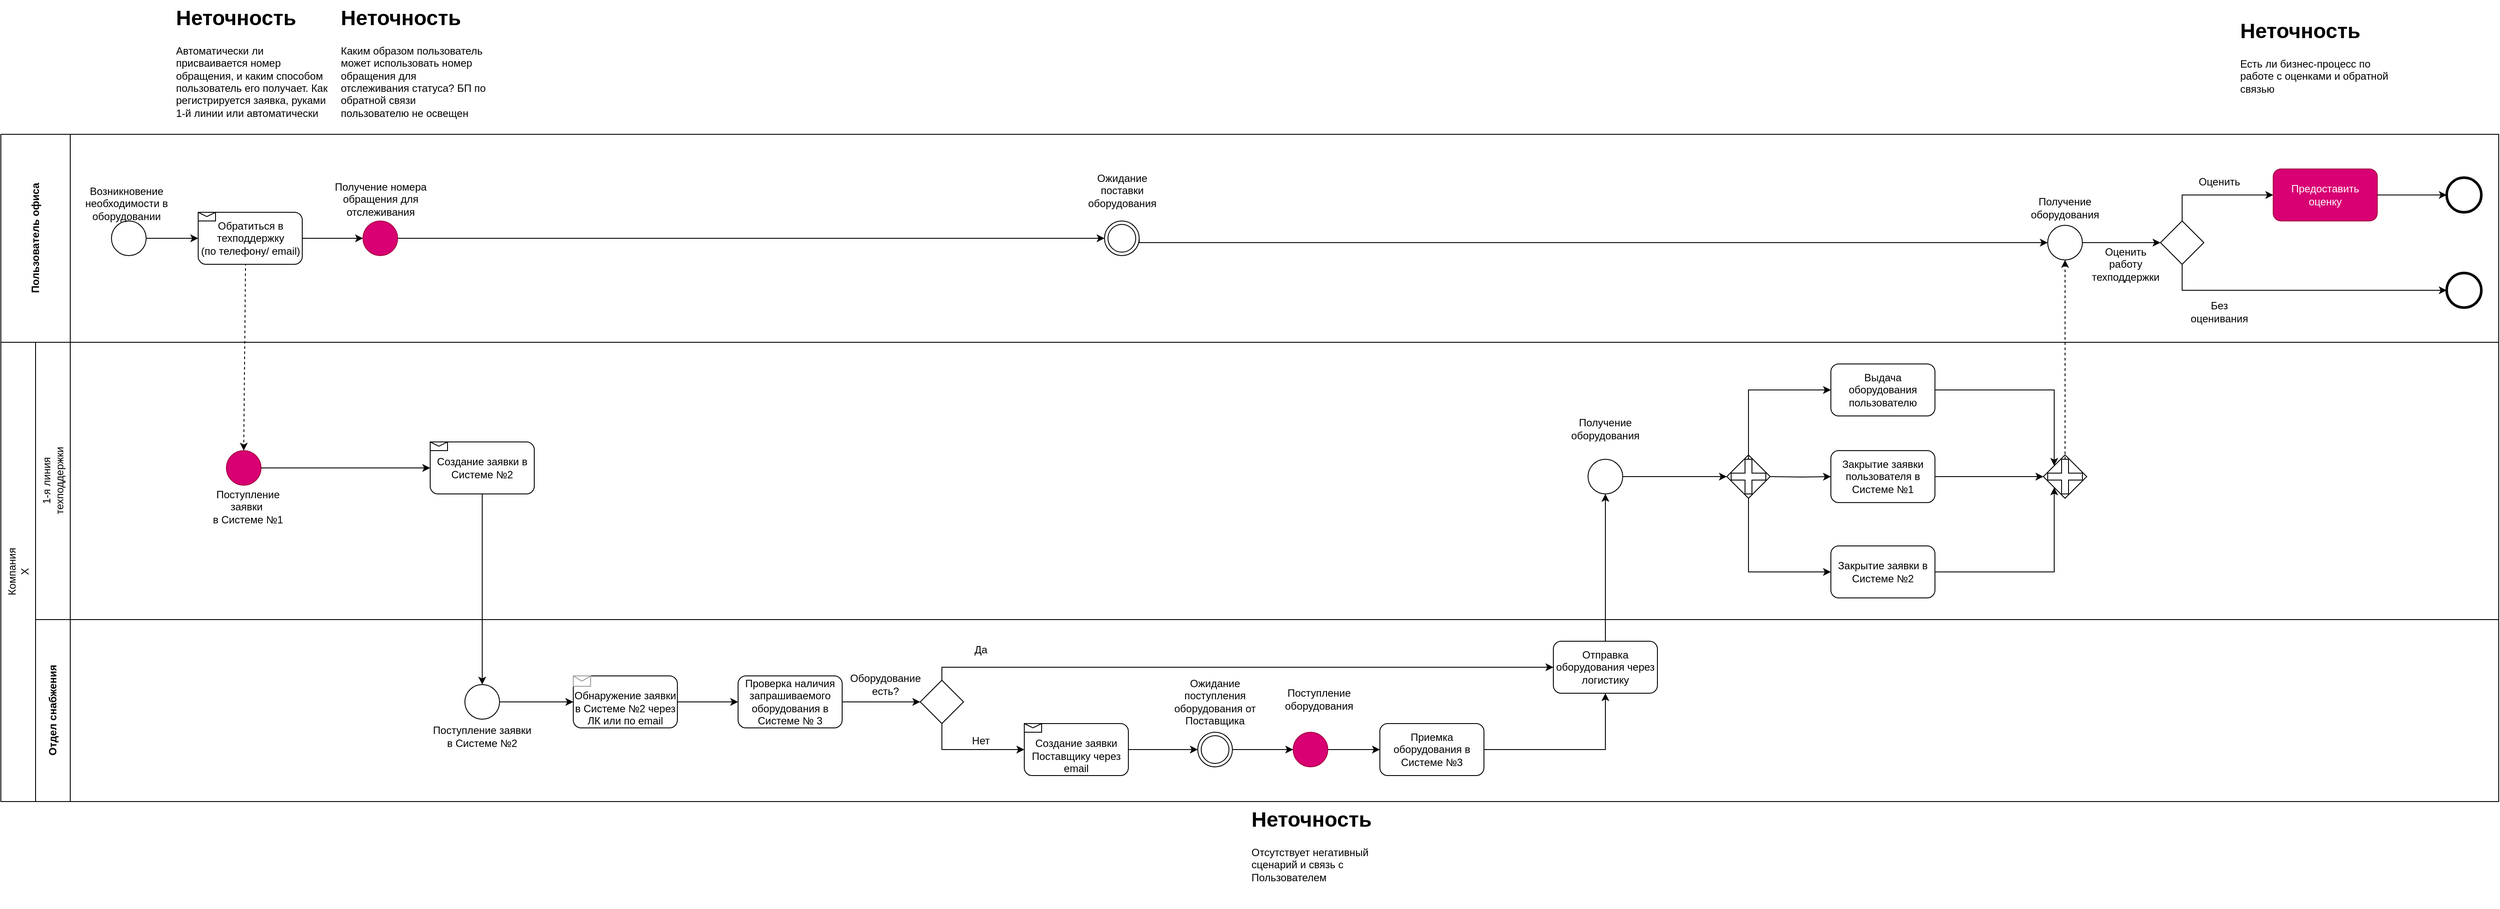
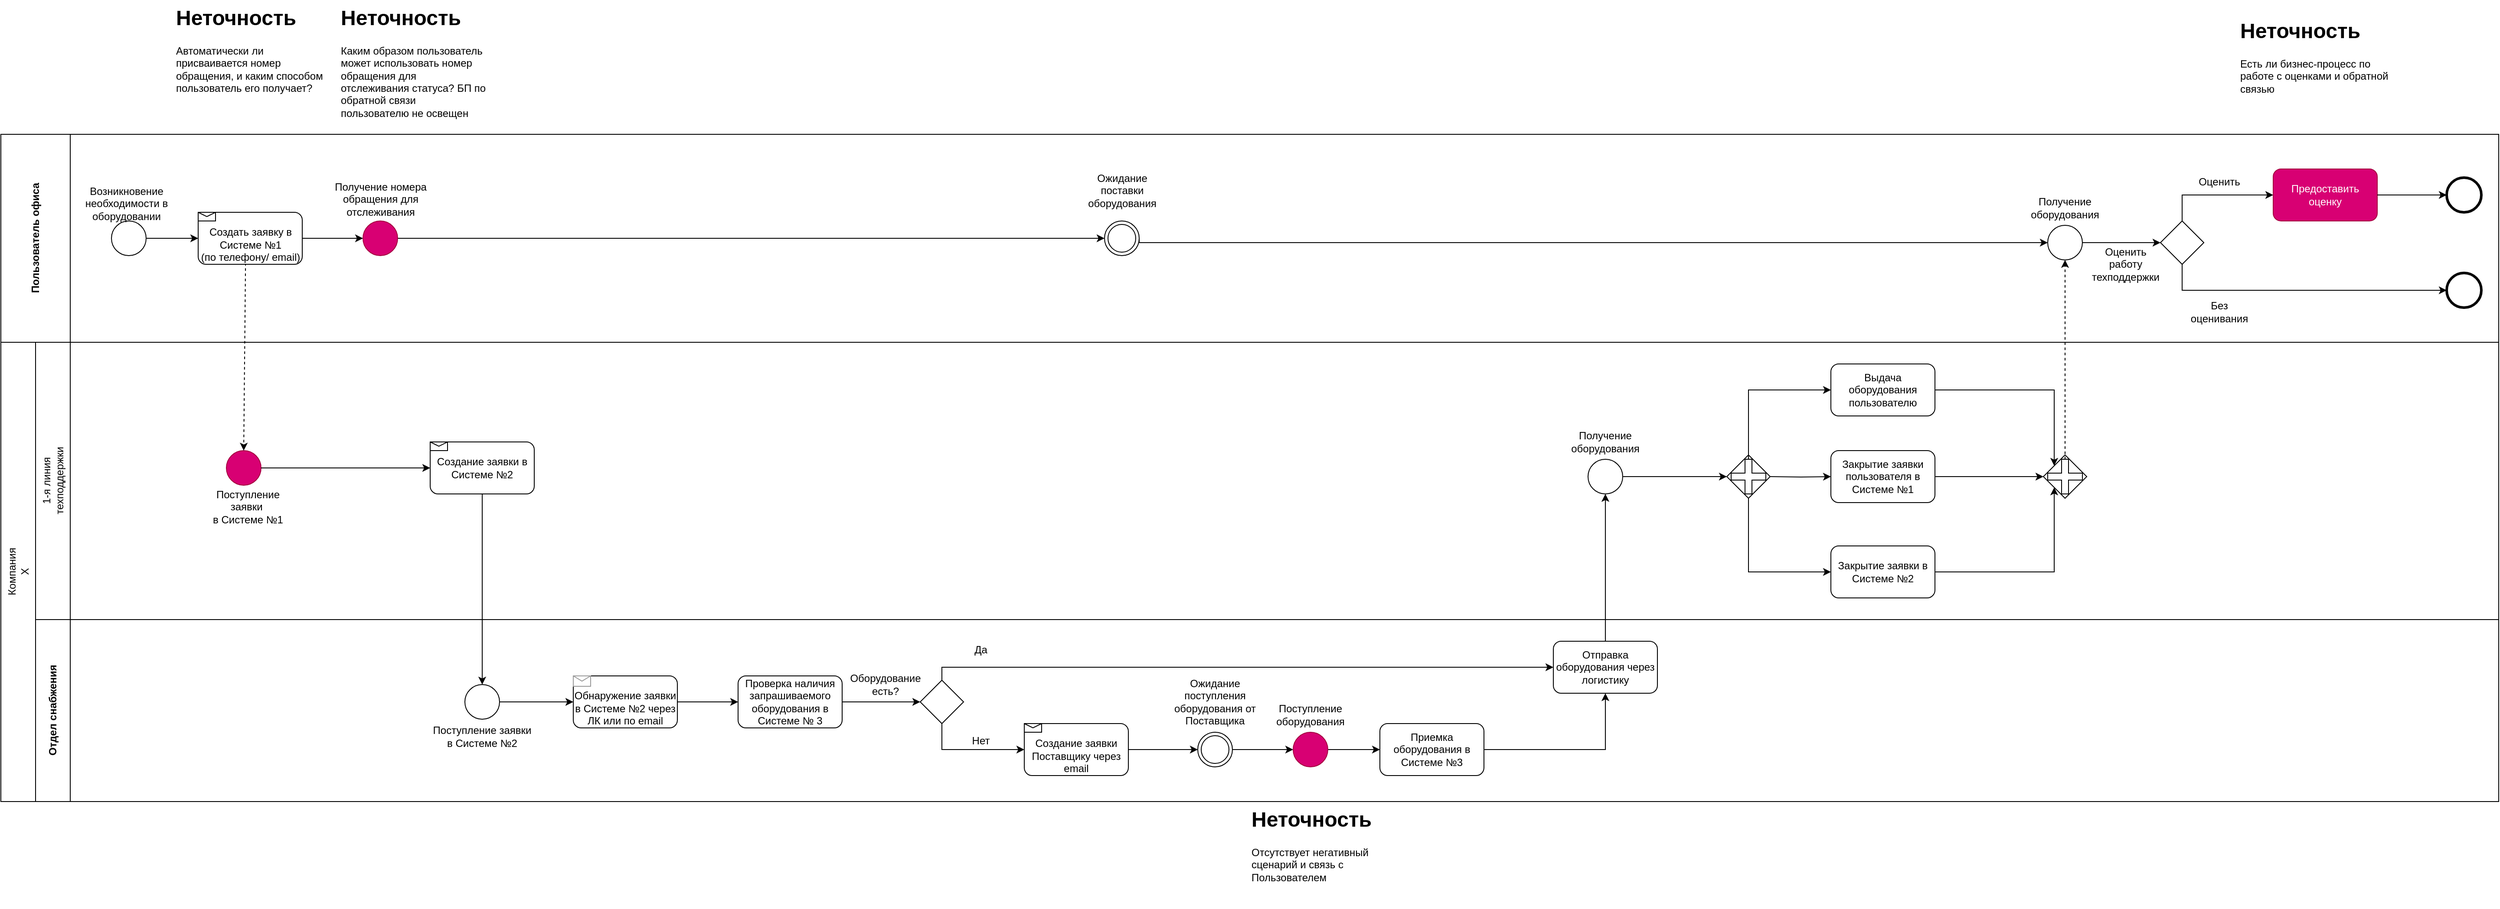
<mxfile host="app.diagrams.net">
  <diagram name="Страница-1" id="6SsGZVheudZXkR8IryFw">
-     <mxGraphModel dx="2362" dy="2038" grid="1" gridSize="10" guides="1" tooltips="1" connect="1" arrows="1" fold="1" page="0" pageScale="1" pageWidth="827" pageHeight="1169" background="none" math="0" shadow="0">
+     <mxGraphModel dx="1050" dy="1350" grid="1" gridSize="10" guides="1" tooltips="1" connect="1" arrows="1" fold="1" page="0" pageScale="1" pageWidth="827" pageHeight="1169" background="none" math="0" shadow="0">
      <root>
        <mxCell id="0" />
        <mxCell id="1" parent="0" />
        <mxCell id="VbR1kJbd4s5ipAbFhgMN-11" parent="1" style="ellipse;whiteSpace=wrap;html=1;aspect=fixed;fillColor=none;" value="" vertex="1">
          <mxGeometry height="40" width="40" x="127.5" y="-220" as="geometry" />
        </mxCell>
        <mxCell id="VbR1kJbd4s5ipAbFhgMN-12" parent="1" style="text;html=1;whiteSpace=wrap;strokeColor=none;fillColor=none;align=center;verticalAlign=middle;rounded=0;" value="&lt;font&gt;Возникновение необходимости в оборудовании&lt;/font&gt;" vertex="1">
          <mxGeometry height="50" width="110" x="90" y="-265" as="geometry" />
        </mxCell>
        <mxCell id="VbR1kJbd4s5ipAbFhgMN-16" parent="1" style="ellipse;whiteSpace=wrap;html=1;aspect=fixed;fillColor=#d80073;fontColor=#ffffff;strokeColor=#A50040;" value="" vertex="1">
          <mxGeometry height="40" width="40" x="260" y="45.000000000000114" as="geometry" />
        </mxCell>
        <mxCell id="VbR1kJbd4s5ipAbFhgMN-17" parent="1" style="text;html=1;whiteSpace=wrap;strokeColor=none;fillColor=none;align=center;verticalAlign=middle;rounded=0;" value="Поступление заявки&amp;nbsp;&lt;div&gt;в Системе №1&lt;/div&gt;" vertex="1">
          <mxGeometry height="30" width="110" x="230" y="95" as="geometry" />
        </mxCell>
-         <mxCell id="VbR1kJbd4s5ipAbFhgMN-21" parent="1" style="text;html=1;whiteSpace=wrap;overflow=hidden;rounded=0;" value="&lt;h1 style=&quot;margin-top: 0px;&quot;&gt;&lt;font style=&quot;color: light-dark(rgb(0, 0, 0), rgb(241, 156, 153));&quot;&gt;Неточность&lt;/font&gt;&lt;/h1&gt;&lt;p&gt;Автоматически ли присваивается номер обращения, и каким способом пользователь его получает. Как регистрируется заявка, руками 1-й линии или автоматически&lt;/p&gt;" vertex="1">
+         <mxCell id="VbR1kJbd4s5ipAbFhgMN-21" parent="1" style="text;html=1;whiteSpace=wrap;overflow=hidden;rounded=0;" value="&lt;h1 style=&quot;margin-top: 0px;&quot;&gt;&lt;font style=&quot;color: light-dark(rgb(0, 0, 0), rgb(241, 156, 153));&quot;&gt;Неточность&lt;/font&gt;&lt;/h1&gt;&lt;p&gt;Автоматически ли присваивается номер обращения, и каким способом пользователь его получает?&lt;/p&gt;" vertex="1">
          <mxGeometry height="150" width="180" x="200" y="-475" as="geometry" />
        </mxCell>
        <mxCell id="VbR1kJbd4s5ipAbFhgMN-117" edge="1" parent="1" source="VbR1kJbd4s5ipAbFhgMN-23" style="edgeStyle=orthogonalEdgeStyle;rounded=0;orthogonalLoop=1;jettySize=auto;html=1;exitX=1;exitY=0.5;exitDx=0;exitDy=0;entryX=0;entryY=0.5;entryDx=0;entryDy=0;" target="VbR1kJbd4s5ipAbFhgMN-116">
          <mxGeometry relative="1" as="geometry" />
        </mxCell>
        <mxCell id="VbR1kJbd4s5ipAbFhgMN-23" parent="1" style="ellipse;whiteSpace=wrap;html=1;aspect=fixed;fillColor=#d80073;fontColor=#ffffff;strokeColor=#A50040;" value="" vertex="1">
          <mxGeometry height="40" width="40" x="417.5" y="-219.9999999999999" as="geometry" />
        </mxCell>
        <mxCell id="VbR1kJbd4s5ipAbFhgMN-24" parent="1" style="text;html=1;whiteSpace=wrap;strokeColor=none;fillColor=none;align=center;verticalAlign=middle;rounded=0;" value="Получение номера обращения для отслеживания" vertex="1">
          <mxGeometry height="30" width="130" x="372.5" y="-260" as="geometry" />
        </mxCell>
        <mxCell id="VbR1kJbd4s5ipAbFhgMN-25" parent="1" style="text;html=1;whiteSpace=wrap;overflow=hidden;rounded=0;" value="&lt;h1 style=&quot;margin-top: 0px;&quot;&gt;&lt;font style=&quot;color: light-dark(rgb(0, 0, 0), rgb(241, 156, 153));&quot;&gt;Неточность&lt;/font&gt;&lt;/h1&gt;&lt;p&gt;Каким образом пользователь может использовать номер обращения для отслеживания статуса? БП по обратной связи пользователю не освещен&lt;/p&gt;" vertex="1">
          <mxGeometry height="145" width="170" x="390" y="-475" as="geometry" />
        </mxCell>
        <mxCell id="VbR1kJbd4s5ipAbFhgMN-26" edge="1" parent="1" source="VbR1kJbd4s5ipAbFhgMN-11" style="endArrow=classic;html=1;rounded=0;exitX=1;exitY=0.5;exitDx=0;exitDy=0;entryX=0;entryY=0.5;entryDx=0;entryDy=0;" target="VbR1kJbd4s5ipAbFhgMN-37" value="">
          <mxGeometry height="50" relative="1" width="50" as="geometry">
            <mxPoint x="162.50000000000352" y="0.5" as="sourcePoint" />
            <mxPoint x="222.5" as="targetPoint" />
          </mxGeometry>
        </mxCell>
        <mxCell id="VbR1kJbd4s5ipAbFhgMN-27" edge="1" parent="1" source="VbR1kJbd4s5ipAbFhgMN-37" style="endArrow=classic;html=1;rounded=0;exitX=1;exitY=0.5;exitDx=0;exitDy=0;entryX=0;entryY=0.5;entryDx=0;entryDy=0;" target="VbR1kJbd4s5ipAbFhgMN-23" value="">
          <mxGeometry height="50" relative="1" width="50" as="geometry">
            <mxPoint x="342.5" as="sourcePoint" />
            <mxPoint x="452.5" y="25" as="targetPoint" />
          </mxGeometry>
        </mxCell>
        <mxCell id="VbR1kJbd4s5ipAbFhgMN-28" edge="1" parent="1" source="VbR1kJbd4s5ipAbFhgMN-37" style="endArrow=classic;html=1;rounded=0;exitX=0.455;exitY=0.976;exitDx=0;exitDy=0;entryX=0.5;entryY=0;entryDx=0;entryDy=0;exitPerimeter=0;dashed=1;" target="VbR1kJbd4s5ipAbFhgMN-16" value="">
          <mxGeometry height="50" relative="1" width="50" as="geometry">
            <mxPoint x="280" y="-20" as="sourcePoint" />
            <mxPoint x="380" y="-5" as="targetPoint" />
          </mxGeometry>
        </mxCell>
        <mxCell id="VbR1kJbd4s5ipAbFhgMN-30" edge="1" parent="1" source="VbR1kJbd4s5ipAbFhgMN-16" style="endArrow=classic;html=1;rounded=0;exitX=1;exitY=0.5;exitDx=0;exitDy=0;entryX=0;entryY=0.5;entryDx=0;entryDy=0;" value="">
          <mxGeometry height="50" relative="1" width="50" as="geometry">
            <mxPoint x="660" y="125" as="sourcePoint" />
            <mxPoint x="495" y="65" as="targetPoint" />
          </mxGeometry>
        </mxCell>
        <mxCell id="VbR1kJbd4s5ipAbFhgMN-31" parent="1" style="ellipse;whiteSpace=wrap;html=1;aspect=fixed;fillColor=none;" value="" vertex="1">
          <mxGeometry height="40" width="40" x="535" y="315.0000000000001" as="geometry" />
        </mxCell>
        <mxCell id="VbR1kJbd4s5ipAbFhgMN-33" parent="1" style="text;html=1;whiteSpace=wrap;strokeColor=none;fillColor=none;align=center;verticalAlign=middle;rounded=0;" value="Поступление заявки в Системе №2" vertex="1">
          <mxGeometry height="30" width="120" x="495" y="360" as="geometry" />
        </mxCell>
        <mxCell id="VbR1kJbd4s5ipAbFhgMN-35" edge="1" parent="1" source="VbR1kJbd4s5ipAbFhgMN-36" style="endArrow=classic;html=1;rounded=0;exitX=0.5;exitY=1;exitDx=0;exitDy=0;entryX=0.5;entryY=0;entryDx=0;entryDy=0;" target="VbR1kJbd4s5ipAbFhgMN-31" value="">
          <mxGeometry height="50" relative="1" width="50" as="geometry">
            <mxPoint x="555" y="200" as="sourcePoint" />
            <mxPoint x="780" y="250" as="targetPoint" />
          </mxGeometry>
        </mxCell>
        <mxCell id="VbR1kJbd4s5ipAbFhgMN-36" parent="1" style="rounded=1;whiteSpace=wrap;html=1;" value="Создание заявки в Системе №2" vertex="1">
          <mxGeometry height="60" width="120" x="495" y="35" as="geometry" />
        </mxCell>
-         <mxCell id="VbR1kJbd4s5ipAbFhgMN-37" parent="1" style="rounded=1;whiteSpace=wrap;html=1;" value="Обратиться в техподдержку&lt;div&gt;(по телефону/ email)&lt;/div&gt;" vertex="1">
+         <mxCell id="VbR1kJbd4s5ipAbFhgMN-37" parent="1" style="rounded=1;whiteSpace=wrap;html=1;" value="&lt;div&gt;&lt;br&gt;&lt;/div&gt;Создать заявку в Системе №1&lt;div&gt;(по телефону/ email)&lt;/div&gt;" vertex="1">
          <mxGeometry height="60" width="120" x="227.5" y="-230" as="geometry" />
        </mxCell>
        <mxCell id="VbR1kJbd4s5ipAbFhgMN-38" parent="1" style="shape=message;html=1;html=1;outlineConnect=0;labelPosition=center;verticalLabelPosition=bottom;align=center;verticalAlign=top;" value="" vertex="1">
          <mxGeometry height="10" width="20" x="227.5" y="-230" as="geometry" />
        </mxCell>
        <mxCell id="VbR1kJbd4s5ipAbFhgMN-41" parent="1" style="shape=message;html=1;html=1;outlineConnect=0;labelPosition=center;verticalLabelPosition=bottom;align=center;verticalAlign=top;" value="" vertex="1">
          <mxGeometry height="10" width="20" x="495" y="35" as="geometry" />
        </mxCell>
        <mxCell id="VbR1kJbd4s5ipAbFhgMN-46" edge="1" parent="1" source="VbR1kJbd4s5ipAbFhgMN-42" style="edgeStyle=orthogonalEdgeStyle;rounded=0;orthogonalLoop=1;jettySize=auto;html=1;exitX=1;exitY=0.5;exitDx=0;exitDy=0;entryX=0;entryY=0.5;entryDx=0;entryDy=0;" target="VbR1kJbd4s5ipAbFhgMN-45">
          <mxGeometry relative="1" as="geometry" />
        </mxCell>
        <mxCell id="VbR1kJbd4s5ipAbFhgMN-42" parent="1" style="rounded=1;whiteSpace=wrap;html=1;" value="&lt;div&gt;&lt;br&gt;&lt;/div&gt;&lt;div&gt;Обнаружение заявки в Системе №2 через ЛК или по email&lt;/div&gt;" vertex="1">
          <mxGeometry height="60" width="120" x="660" y="305" as="geometry" />
        </mxCell>
        <mxCell id="VbR1kJbd4s5ipAbFhgMN-43" parent="1" style="verticalLabelPosition=bottom;shadow=0;dashed=0;align=center;html=1;verticalAlign=top;strokeWidth=1;shape=mxgraph.mockup.misc.mail2;strokeColor=#999999;" value="" vertex="1">
          <mxGeometry height="12" width="20" x="660" y="305" as="geometry" />
        </mxCell>
        <mxCell id="VbR1kJbd4s5ipAbFhgMN-44" edge="1" parent="1" source="VbR1kJbd4s5ipAbFhgMN-31" style="endArrow=classic;html=1;rounded=0;exitX=1;exitY=0.5;exitDx=0;exitDy=0;entryX=0;entryY=0.5;entryDx=0;entryDy=0;" target="VbR1kJbd4s5ipAbFhgMN-42" value="">
          <mxGeometry height="50" relative="1" width="50" as="geometry">
            <mxPoint x="760" y="315" as="sourcePoint" />
            <mxPoint x="810" y="265" as="targetPoint" />
          </mxGeometry>
        </mxCell>
        <mxCell id="VbR1kJbd4s5ipAbFhgMN-49" edge="1" parent="1" source="VbR1kJbd4s5ipAbFhgMN-45" style="edgeStyle=orthogonalEdgeStyle;rounded=0;orthogonalLoop=1;jettySize=auto;html=1;exitX=1;exitY=0.5;exitDx=0;exitDy=0;entryX=0;entryY=0.5;entryDx=0;entryDy=0;" target="VbR1kJbd4s5ipAbFhgMN-47">
          <mxGeometry relative="1" as="geometry" />
        </mxCell>
        <mxCell id="VbR1kJbd4s5ipAbFhgMN-45" parent="1" style="rounded=1;whiteSpace=wrap;html=1;" value="Проверка наличия запрашиваемого оборудования в Системе № 3" vertex="1">
          <mxGeometry height="60" width="120" x="850" y="305" as="geometry" />
        </mxCell>
        <mxCell id="VbR1kJbd4s5ipAbFhgMN-58" edge="1" parent="1" source="VbR1kJbd4s5ipAbFhgMN-47" style="edgeStyle=orthogonalEdgeStyle;rounded=0;orthogonalLoop=1;jettySize=auto;html=1;exitX=0.5;exitY=0;exitDx=0;exitDy=0;entryX=0;entryY=0.5;entryDx=0;entryDy=0;" target="VbR1kJbd4s5ipAbFhgMN-52">
          <mxGeometry relative="1" as="geometry">
            <Array as="points">
              <mxPoint x="1085" y="295" />
            </Array>
            <mxPoint x="1150" y="320" as="targetPoint" />
          </mxGeometry>
        </mxCell>
        <mxCell id="VbR1kJbd4s5ipAbFhgMN-60" edge="1" parent="1" source="VbR1kJbd4s5ipAbFhgMN-47" style="edgeStyle=orthogonalEdgeStyle;rounded=0;orthogonalLoop=1;jettySize=auto;html=1;entryX=0;entryY=0.5;entryDx=0;entryDy=0;exitX=0.5;exitY=1;exitDx=0;exitDy=0;" target="VbR1kJbd4s5ipAbFhgMN-59">
          <mxGeometry relative="1" as="geometry">
            <mxPoint x="1085" y="410" as="targetPoint" />
          </mxGeometry>
        </mxCell>
        <mxCell id="VbR1kJbd4s5ipAbFhgMN-47" parent="1" style="rhombus;whiteSpace=wrap;html=1;" value="" vertex="1">
          <mxGeometry height="50" width="50" x="1060" y="310" as="geometry" />
        </mxCell>
        <mxCell id="VbR1kJbd4s5ipAbFhgMN-48" parent="1" style="text;html=1;whiteSpace=wrap;strokeColor=none;fillColor=none;align=center;verticalAlign=middle;rounded=0;" value="Оборудование есть?" vertex="1">
          <mxGeometry height="30" width="60" x="990" y="300" as="geometry" />
        </mxCell>
        <mxCell id="VbR1kJbd4s5ipAbFhgMN-51" parent="1" style="text;html=1;whiteSpace=wrap;strokeColor=none;fillColor=none;align=center;verticalAlign=middle;rounded=0;" value="Да" vertex="1">
          <mxGeometry height="30" width="60" x="1100" y="260" as="geometry" />
        </mxCell>
        <mxCell id="VbR1kJbd4s5ipAbFhgMN-56" edge="1" parent="1" source="VbR1kJbd4s5ipAbFhgMN-52" style="edgeStyle=orthogonalEdgeStyle;rounded=0;orthogonalLoop=1;jettySize=auto;html=1;exitX=0.5;exitY=0;exitDx=0;exitDy=0;entryX=0.5;entryY=1;entryDx=0;entryDy=0;" target="VbR1kJbd4s5ipAbFhgMN-54">
          <mxGeometry relative="1" as="geometry" />
        </mxCell>
        <mxCell id="VbR1kJbd4s5ipAbFhgMN-52" parent="1" style="rounded=1;whiteSpace=wrap;html=1;" value="Отправка оборудования через логистику" vertex="1">
          <mxGeometry height="60" width="120" x="1790" y="265" as="geometry" />
        </mxCell>
        <mxCell id="VbR1kJbd4s5ipAbFhgMN-69" edge="1" parent="1" source="VbR1kJbd4s5ipAbFhgMN-54" style="edgeStyle=orthogonalEdgeStyle;rounded=0;orthogonalLoop=1;jettySize=auto;html=1;">
          <mxGeometry relative="1" as="geometry">
            <mxPoint x="1990" y="75" as="targetPoint" />
          </mxGeometry>
        </mxCell>
        <mxCell id="VbR1kJbd4s5ipAbFhgMN-54" parent="1" style="ellipse;whiteSpace=wrap;html=1;aspect=fixed;fillColor=none;" value="" vertex="1">
          <mxGeometry height="40" width="40" x="1830" y="55.000000000000114" as="geometry" />
        </mxCell>
-         <mxCell id="VbR1kJbd4s5ipAbFhgMN-55" parent="1" style="text;html=1;whiteSpace=wrap;strokeColor=none;fillColor=none;align=center;verticalAlign=middle;rounded=0;" value="Получение оборудования" vertex="1">
-           <mxGeometry height="30" width="60" x="1820" y="5" as="geometry" />
-         </mxCell>
        <mxCell id="VbR1kJbd4s5ipAbFhgMN-59" parent="1" style="rounded=1;whiteSpace=wrap;html=1;" value="&lt;div&gt;&lt;br&gt;&lt;/div&gt;&lt;div&gt;Создание заявки Поставщику через email&lt;/div&gt;" vertex="1">
          <mxGeometry height="60" width="120" x="1180" y="360" as="geometry" />
        </mxCell>
        <mxCell id="VbR1kJbd4s5ipAbFhgMN-61" parent="1" style="text;html=1;whiteSpace=wrap;strokeColor=none;fillColor=none;align=center;verticalAlign=middle;rounded=0;" value="Нет" vertex="1">
          <mxGeometry height="30" width="60" x="1100" y="365" as="geometry" />
        </mxCell>
        <mxCell id="Vj1GeYfgpqMA3AOdDaTq-10" edge="1" parent="1" source="VbR1kJbd4s5ipAbFhgMN-62" style="edgeStyle=orthogonalEdgeStyle;rounded=0;orthogonalLoop=1;jettySize=auto;html=1;entryX=0;entryY=0;entryDx=0;entryDy=0;" target="VbR1kJbd4s5ipAbFhgMN-110">
          <mxGeometry relative="1" as="geometry" />
        </mxCell>
        <mxCell id="VbR1kJbd4s5ipAbFhgMN-62" parent="1" style="rounded=1;whiteSpace=wrap;html=1;" value="Выдача оборудования пользователю" vertex="1">
          <mxGeometry height="60" width="120" x="2110" y="-55" as="geometry" />
        </mxCell>
        <mxCell id="VbR1kJbd4s5ipAbFhgMN-114" edge="1" parent="1" source="VbR1kJbd4s5ipAbFhgMN-65" style="edgeStyle=orthogonalEdgeStyle;rounded=0;orthogonalLoop=1;jettySize=auto;html=1;exitX=1;exitY=0.5;exitDx=0;exitDy=0;entryX=0;entryY=0.5;entryDx=0;entryDy=0;" target="VbR1kJbd4s5ipAbFhgMN-110">
          <mxGeometry relative="1" as="geometry" />
        </mxCell>
        <mxCell id="VbR1kJbd4s5ipAbFhgMN-65" parent="1" style="rounded=1;whiteSpace=wrap;html=1;" value="Закрытие заявки пользователя в Системе №1" vertex="1">
          <mxGeometry height="60" width="120" x="2110" y="45" as="geometry" />
        </mxCell>
        <mxCell id="Vj1GeYfgpqMA3AOdDaTq-9" edge="1" parent="1" source="VbR1kJbd4s5ipAbFhgMN-66" style="edgeStyle=orthogonalEdgeStyle;rounded=0;orthogonalLoop=1;jettySize=auto;html=1;entryX=0;entryY=1;entryDx=0;entryDy=0;" target="VbR1kJbd4s5ipAbFhgMN-110">
          <mxGeometry relative="1" as="geometry" />
        </mxCell>
        <mxCell id="VbR1kJbd4s5ipAbFhgMN-66" parent="1" style="rounded=1;whiteSpace=wrap;html=1;" value="Закрытие заявки в Системе №2" vertex="1">
          <mxGeometry height="60" width="120" x="2110" y="155" as="geometry" />
        </mxCell>
        <mxCell id="VbR1kJbd4s5ipAbFhgMN-77" edge="1" parent="1" source="VbR1kJbd4s5ipAbFhgMN-67" style="edgeStyle=orthogonalEdgeStyle;rounded=0;orthogonalLoop=1;jettySize=auto;html=1;entryX=0;entryY=0.5;entryDx=0;entryDy=0;" target="VbR1kJbd4s5ipAbFhgMN-66">
          <mxGeometry relative="1" as="geometry">
            <Array as="points">
              <mxPoint x="2015" y="185" />
            </Array>
          </mxGeometry>
        </mxCell>
        <mxCell id="VbR1kJbd4s5ipAbFhgMN-67" parent="1" style="rhombus;whiteSpace=wrap;html=1;" value="" vertex="1">
          <mxGeometry height="50" width="50" x="1990" y="50" as="geometry" />
        </mxCell>
        <mxCell id="VbR1kJbd4s5ipAbFhgMN-70" edge="1" parent="1" style="edgeStyle=orthogonalEdgeStyle;rounded=0;orthogonalLoop=1;jettySize=auto;html=1;entryX=0;entryY=0.5;entryDx=0;entryDy=0;" target="VbR1kJbd4s5ipAbFhgMN-65">
          <mxGeometry relative="1" as="geometry">
            <mxPoint x="2040" y="75" as="sourcePoint" />
          </mxGeometry>
        </mxCell>
        <mxCell id="VbR1kJbd4s5ipAbFhgMN-79" edge="1" parent="1" source="VbR1kJbd4s5ipAbFhgMN-71" style="edgeStyle=orthogonalEdgeStyle;rounded=0;orthogonalLoop=1;jettySize=auto;html=1;">
          <mxGeometry relative="1" as="geometry">
            <mxPoint x="2490" y="-195" as="targetPoint" />
          </mxGeometry>
        </mxCell>
        <mxCell id="VbR1kJbd4s5ipAbFhgMN-71" parent="1" style="ellipse;whiteSpace=wrap;html=1;aspect=fixed;fillColor=none;" value="" vertex="1">
          <mxGeometry height="40" width="40" x="2360" y="-215" as="geometry" />
        </mxCell>
        <mxCell id="VbR1kJbd4s5ipAbFhgMN-72" parent="1" style="text;html=1;whiteSpace=wrap;strokeColor=none;fillColor=none;align=center;verticalAlign=middle;rounded=0;" value="Получение оборудования" vertex="1">
          <mxGeometry height="30" width="60" x="2350" y="-250" as="geometry" />
        </mxCell>
        <mxCell id="VbR1kJbd4s5ipAbFhgMN-76" edge="1" parent="1" source="VbR1kJbd4s5ipAbFhgMN-73" style="edgeStyle=orthogonalEdgeStyle;rounded=0;orthogonalLoop=1;jettySize=auto;html=1;exitX=0.5;exitY=0;exitDx=0;exitDy=0;exitPerimeter=0;">
          <mxGeometry relative="1" as="geometry">
            <Array as="points">
              <mxPoint x="2015" y="-25" />
              <mxPoint x="2110" y="-25" />
            </Array>
            <mxPoint x="2015" y="45" as="sourcePoint" />
            <mxPoint x="2110" y="-25" as="targetPoint" />
          </mxGeometry>
        </mxCell>
        <mxCell id="VbR1kJbd4s5ipAbFhgMN-73" parent="1" style="shape=cross;whiteSpace=wrap;html=1;" value="" vertex="1">
          <mxGeometry height="40" width="40" x="1995" y="55" as="geometry" />
        </mxCell>
        <mxCell id="VbR1kJbd4s5ipAbFhgMN-87" edge="1" parent="1" source="VbR1kJbd4s5ipAbFhgMN-74" style="edgeStyle=orthogonalEdgeStyle;rounded=0;orthogonalLoop=1;jettySize=auto;html=1;entryX=0;entryY=0.5;entryDx=0;entryDy=0;" target="VbR1kJbd4s5ipAbFhgMN-85">
          <mxGeometry relative="1" as="geometry">
            <Array as="points">
              <mxPoint x="2515" y="-250" />
            </Array>
          </mxGeometry>
        </mxCell>
        <mxCell id="VbR1kJbd4s5ipAbFhgMN-74" parent="1" style="rhombus;whiteSpace=wrap;html=1;" value="" vertex="1">
          <mxGeometry height="50" width="50" x="2490" y="-220" as="geometry" />
        </mxCell>
        <mxCell id="VbR1kJbd4s5ipAbFhgMN-81" parent="1" style="points=[[0.145,0.145,0],[0.5,0,0],[0.855,0.145,0],[1,0.5,0],[0.855,0.855,0],[0.5,1,0],[0.145,0.855,0],[0,0.5,0]];shape=mxgraph.bpmn.event;html=1;verticalLabelPosition=bottom;labelBackgroundColor=#ffffff;verticalAlign=top;align=center;perimeter=ellipsePerimeter;outlineConnect=0;aspect=fixed;outline=end;symbol=terminate2;" value="" vertex="1">
          <mxGeometry height="40" width="40" x="2820" y="-160" as="geometry" />
        </mxCell>
        <mxCell id="VbR1kJbd4s5ipAbFhgMN-82" edge="1" parent="1" style="edgeStyle=orthogonalEdgeStyle;rounded=0;orthogonalLoop=1;jettySize=auto;html=1;entryX=0;entryY=0.5;entryDx=0;entryDy=0;entryPerimeter=0;" target="VbR1kJbd4s5ipAbFhgMN-81">
          <mxGeometry relative="1" as="geometry">
            <Array as="points">
              <mxPoint x="2515" y="-140" />
            </Array>
            <mxPoint x="2515" y="-170" as="sourcePoint" />
          </mxGeometry>
        </mxCell>
        <mxCell id="VbR1kJbd4s5ipAbFhgMN-83" parent="1" style="text;html=1;whiteSpace=wrap;strokeColor=none;fillColor=none;align=center;verticalAlign=middle;rounded=0;" value="Оценить работу техподдержки" vertex="1">
          <mxGeometry height="30" width="60" x="2420" y="-185" as="geometry" />
        </mxCell>
        <mxCell id="VbR1kJbd4s5ipAbFhgMN-84" parent="1" style="text;html=1;whiteSpace=wrap;strokeColor=none;fillColor=none;align=center;verticalAlign=middle;rounded=0;" value="Без оценивания" vertex="1">
          <mxGeometry height="30" width="60" x="2527.5" y="-130" as="geometry" />
        </mxCell>
        <mxCell id="VbR1kJbd4s5ipAbFhgMN-85" parent="1" style="rounded=1;whiteSpace=wrap;html=1;fillColor=#d80073;fontColor=#ffffff;strokeColor=#A50040;" value="Предоставить оценку" vertex="1">
          <mxGeometry height="60" width="120" x="2620" y="-280" as="geometry" />
        </mxCell>
        <mxCell id="VbR1kJbd4s5ipAbFhgMN-86" parent="1" style="points=[[0.145,0.145,0],[0.5,0,0],[0.855,0.145,0],[1,0.5,0],[0.855,0.855,0],[0.5,1,0],[0.145,0.855,0],[0,0.5,0]];shape=mxgraph.bpmn.event;html=1;verticalLabelPosition=bottom;labelBackgroundColor=#ffffff;verticalAlign=top;align=center;perimeter=ellipsePerimeter;outlineConnect=0;aspect=fixed;outline=end;symbol=terminate2;" value="" vertex="1">
          <mxGeometry height="40" width="40" x="2820" y="-270" as="geometry" />
        </mxCell>
        <mxCell id="VbR1kJbd4s5ipAbFhgMN-88" edge="1" parent="1" source="VbR1kJbd4s5ipAbFhgMN-85" style="edgeStyle=orthogonalEdgeStyle;rounded=0;orthogonalLoop=1;jettySize=auto;html=1;entryX=0;entryY=0.5;entryDx=0;entryDy=0;entryPerimeter=0;" target="VbR1kJbd4s5ipAbFhgMN-86">
          <mxGeometry relative="1" as="geometry" />
        </mxCell>
        <mxCell id="VbR1kJbd4s5ipAbFhgMN-89" parent="1" style="text;html=1;whiteSpace=wrap;strokeColor=none;fillColor=none;align=center;verticalAlign=middle;rounded=0;" value="Оценить" vertex="1">
          <mxGeometry height="30" width="60" x="2527.5" y="-280" as="geometry" />
        </mxCell>
        <mxCell id="VbR1kJbd4s5ipAbFhgMN-91" parent="1" style="shape=message;html=1;html=1;outlineConnect=0;labelPosition=center;verticalLabelPosition=bottom;align=center;verticalAlign=top;" value="" vertex="1">
          <mxGeometry height="10" width="20" x="1180" y="360" as="geometry" />
        </mxCell>
        <mxCell id="VbR1kJbd4s5ipAbFhgMN-104" edge="1" parent="1" source="VbR1kJbd4s5ipAbFhgMN-93" style="edgeStyle=orthogonalEdgeStyle;rounded=0;orthogonalLoop=1;jettySize=auto;html=1;exitX=1;exitY=0.5;exitDx=0;exitDy=0;entryX=0;entryY=0.5;entryDx=0;entryDy=0;" target="VbR1kJbd4s5ipAbFhgMN-101">
          <mxGeometry relative="1" as="geometry" />
        </mxCell>
        <mxCell id="VbR1kJbd4s5ipAbFhgMN-93" parent="1" style="ellipse;shape=doubleEllipse;whiteSpace=wrap;html=1;aspect=fixed;" value="" vertex="1">
          <mxGeometry height="40" width="40" x="1380" y="370" as="geometry" />
        </mxCell>
        <mxCell id="VbR1kJbd4s5ipAbFhgMN-94" edge="1" parent="1" source="VbR1kJbd4s5ipAbFhgMN-59" style="endArrow=classic;html=1;rounded=0;exitX=1;exitY=0.5;exitDx=0;exitDy=0;entryX=0;entryY=0.5;entryDx=0;entryDy=0;" target="VbR1kJbd4s5ipAbFhgMN-93" value="">
          <mxGeometry height="50" relative="1" width="50" as="geometry">
            <mxPoint x="1460" y="420" as="sourcePoint" />
            <mxPoint x="1510" y="370" as="targetPoint" />
          </mxGeometry>
        </mxCell>
        <mxCell id="VbR1kJbd4s5ipAbFhgMN-95" parent="1" style="text;html=1;whiteSpace=wrap;strokeColor=none;fillColor=none;align=center;verticalAlign=middle;rounded=0;" value="Ожидание поступления оборудования от Поставщика" vertex="1">
          <mxGeometry height="75" width="120" x="1340" y="297.5" as="geometry" />
        </mxCell>
        <mxCell id="VbR1kJbd4s5ipAbFhgMN-106" edge="1" parent="1" source="VbR1kJbd4s5ipAbFhgMN-100" style="edgeStyle=orthogonalEdgeStyle;rounded=0;orthogonalLoop=1;jettySize=auto;html=1;exitX=1;exitY=0.5;exitDx=0;exitDy=0;entryX=0.5;entryY=1;entryDx=0;entryDy=0;" target="VbR1kJbd4s5ipAbFhgMN-52">
          <mxGeometry relative="1" as="geometry" />
        </mxCell>
        <mxCell id="VbR1kJbd4s5ipAbFhgMN-100" parent="1" style="rounded=1;whiteSpace=wrap;html=1;" value="Приемка оборудования в Системе №3" vertex="1">
          <mxGeometry height="60" width="120" x="1590" y="360" as="geometry" />
        </mxCell>
        <mxCell id="VbR1kJbd4s5ipAbFhgMN-105" edge="1" parent="1" source="VbR1kJbd4s5ipAbFhgMN-101" style="edgeStyle=orthogonalEdgeStyle;rounded=0;orthogonalLoop=1;jettySize=auto;html=1;exitX=1;exitY=0.5;exitDx=0;exitDy=0;entryX=0;entryY=0.5;entryDx=0;entryDy=0;" target="VbR1kJbd4s5ipAbFhgMN-100">
          <mxGeometry relative="1" as="geometry" />
        </mxCell>
        <mxCell id="VbR1kJbd4s5ipAbFhgMN-101" parent="1" style="ellipse;whiteSpace=wrap;html=1;aspect=fixed;fillColor=#d80073;fontColor=#ffffff;strokeColor=#A50040;" value="" vertex="1">
          <mxGeometry height="40" width="40" x="1490" y="370.0000000000001" as="geometry" />
        </mxCell>
-         <mxCell id="VbR1kJbd4s5ipAbFhgMN-102" parent="1" style="text;html=1;whiteSpace=wrap;strokeColor=none;fillColor=none;align=center;verticalAlign=middle;rounded=0;" value="Поступление оборудования" vertex="1">
-           <mxGeometry height="30" width="60" x="1490" y="317" as="geometry" />
-         </mxCell>
        <mxCell id="VbR1kJbd4s5ipAbFhgMN-108" parent="1" style="text;html=1;whiteSpace=wrap;overflow=hidden;rounded=0;" value="&lt;h1 style=&quot;margin-top: 0px;&quot;&gt;&lt;font style=&quot;color: light-dark(rgb(0, 0, 0), rgb(241, 156, 153));&quot;&gt;Неточность&lt;/font&gt;&lt;/h1&gt;&lt;p&gt;Есть ли бизнес-процесс по работе с оценками и обратной связью&lt;/p&gt;" vertex="1">
          <mxGeometry height="120" width="180" x="2580" y="-460" as="geometry" />
        </mxCell>
        <mxCell id="VbR1kJbd4s5ipAbFhgMN-109" parent="1" style="text;html=1;whiteSpace=wrap;overflow=hidden;rounded=0;" value="&lt;h1 style=&quot;margin-top: 0px;&quot;&gt;&lt;font style=&quot;color: light-dark(rgb(0, 0, 0), rgb(241, 156, 153));&quot;&gt;Неточность&lt;/font&gt;&lt;/h1&gt;&lt;p&gt;Отсутствует негативный сценарий и связь с Пользователем&lt;/p&gt;" vertex="1">
          <mxGeometry height="120" width="180" x="1440" y="450" as="geometry" />
        </mxCell>
        <mxCell id="VbR1kJbd4s5ipAbFhgMN-110" parent="1" style="rhombus;whiteSpace=wrap;html=1;" value="" vertex="1">
          <mxGeometry height="50" width="50" x="2355" y="50" as="geometry" />
        </mxCell>
        <mxCell id="VbR1kJbd4s5ipAbFhgMN-115" edge="1" parent="1" source="VbR1kJbd4s5ipAbFhgMN-111" style="edgeStyle=orthogonalEdgeStyle;rounded=0;orthogonalLoop=1;jettySize=auto;html=1;entryX=0.5;entryY=1;entryDx=0;entryDy=0;dashed=1;" target="VbR1kJbd4s5ipAbFhgMN-71">
          <mxGeometry relative="1" as="geometry">
            <mxPoint x="2375" y="-170" as="targetPoint" />
          </mxGeometry>
        </mxCell>
        <mxCell id="VbR1kJbd4s5ipAbFhgMN-111" parent="1" style="shape=cross;whiteSpace=wrap;html=1;" value="" vertex="1">
          <mxGeometry height="40" width="40" x="2360" y="55" as="geometry" />
        </mxCell>
        <mxCell id="VbR1kJbd4s5ipAbFhgMN-118" edge="1" parent="1" source="VbR1kJbd4s5ipAbFhgMN-116" style="edgeStyle=orthogonalEdgeStyle;rounded=0;orthogonalLoop=1;jettySize=auto;html=1;exitX=1;exitY=0.5;exitDx=0;exitDy=0;entryX=0;entryY=0.5;entryDx=0;entryDy=0;" target="VbR1kJbd4s5ipAbFhgMN-71">
          <mxGeometry relative="1" as="geometry">
            <Array as="points">
              <mxPoint x="1313" y="-195" />
            </Array>
            <mxPoint x="2300" y="-219.9230769230769" as="targetPoint" />
          </mxGeometry>
        </mxCell>
        <mxCell id="VbR1kJbd4s5ipAbFhgMN-116" parent="1" style="ellipse;shape=doubleEllipse;whiteSpace=wrap;html=1;aspect=fixed;" value="" vertex="1">
          <mxGeometry height="40" width="40" x="1272.5" y="-220" as="geometry" />
        </mxCell>
        <mxCell id="VbR1kJbd4s5ipAbFhgMN-119" parent="1" style="text;html=1;whiteSpace=wrap;strokeColor=none;fillColor=none;align=center;verticalAlign=middle;rounded=0;" value="Ожидание поставки оборудования" vertex="1">
          <mxGeometry height="30" width="60" x="1262.5" y="-270" as="geometry" />
        </mxCell>
        <mxCell id="4kreXZ4vzFUcfaXKuc0n-2" parent="1" style="swimlane;childLayout=stackLayout;resizeParent=1;resizeParentMax=0;horizontal=0;startSize=40;horizontalStack=0;html=1;" value="&lt;span style=&quot;font-weight: 400; white-space: normal;&quot;&gt;Компания Х&lt;/span&gt;" vertex="1">
          <mxGeometry height="530" width="2880" y="-80" as="geometry" />
        </mxCell>
        <mxCell id="4kreXZ4vzFUcfaXKuc0n-3" parent="4kreXZ4vzFUcfaXKuc0n-2" style="swimlane;startSize=40;horizontal=0;html=1;" value="&lt;span style=&quot;font-weight: 400; white-space: normal;&quot;&gt;1-я линия техподдержки&lt;/span&gt;" vertex="1">
          <mxGeometry height="320" width="2840" x="40" as="geometry" />
        </mxCell>
+         <mxCell id="VbR1kJbd4s5ipAbFhgMN-55" parent="4kreXZ4vzFUcfaXKuc0n-3" style="text;html=1;whiteSpace=wrap;strokeColor=none;fillColor=none;align=center;verticalAlign=middle;rounded=0;" value="Получение оборудования" vertex="1">
+           <mxGeometry height="30" width="60" x="1780" y="100" as="geometry" />
+         </mxCell>
        <mxCell id="4kreXZ4vzFUcfaXKuc0n-4" parent="4kreXZ4vzFUcfaXKuc0n-2" style="swimlane;startSize=40;horizontal=0;html=1;fillColor=none;" value="Отдел снабжения" vertex="1">
          <mxGeometry height="210" width="2840" x="40" y="320" as="geometry" />
+         </mxCell>
+         <mxCell id="VbR1kJbd4s5ipAbFhgMN-102" parent="4kreXZ4vzFUcfaXKuc0n-4" style="text;html=1;whiteSpace=wrap;strokeColor=none;fillColor=none;align=center;verticalAlign=middle;rounded=0;" value="Поступление оборудования" vertex="1">
+           <mxGeometry height="30" width="60" x="1440" y="95" as="geometry" />
        </mxCell>
        <mxCell id="Vj1GeYfgpqMA3AOdDaTq-2" parent="1" style="swimlane;childLayout=stackLayout;resizeParent=1;resizeParentMax=0;horizontal=0;startSize=80;horizontalStack=0;html=1;" value="Пользователь офиса" vertex="1">
          <mxGeometry height="240" width="2880" y="-320" as="geometry" />
        </mxCell>
      </root>
    </mxGraphModel>
  </diagram>
</mxfile>
